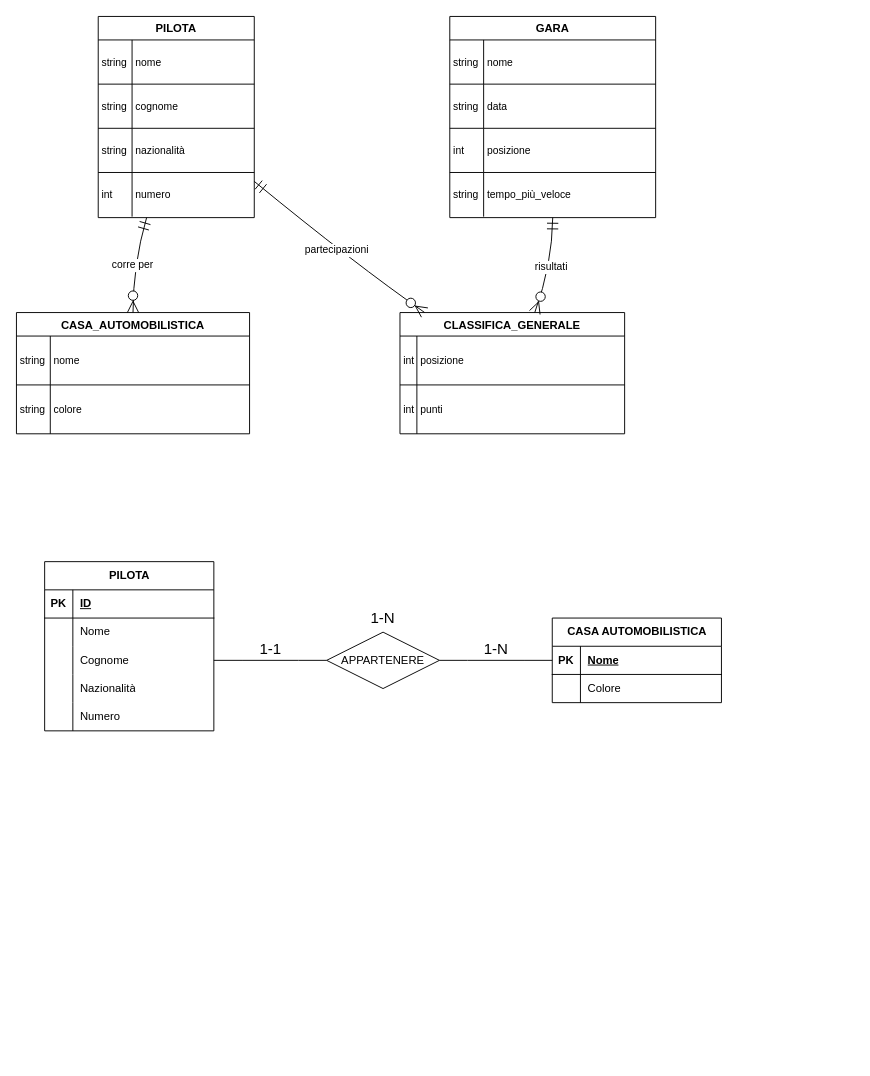
JurijGagarinFB/ESERCIZI_PHP keeps this draw.io diagram as ProgettoCampionatoAutomobilitstico/campionato.drawio. Above is the earlier version. Source tidied: cells renumbered, new cells numbered last; positions are measured from the earlier drawing's top-left corner, leaving out a move shared by most shapes. Both pictures are drawn from the tidied source at 94%, with x=0, y=0 at pixel (16, 16).
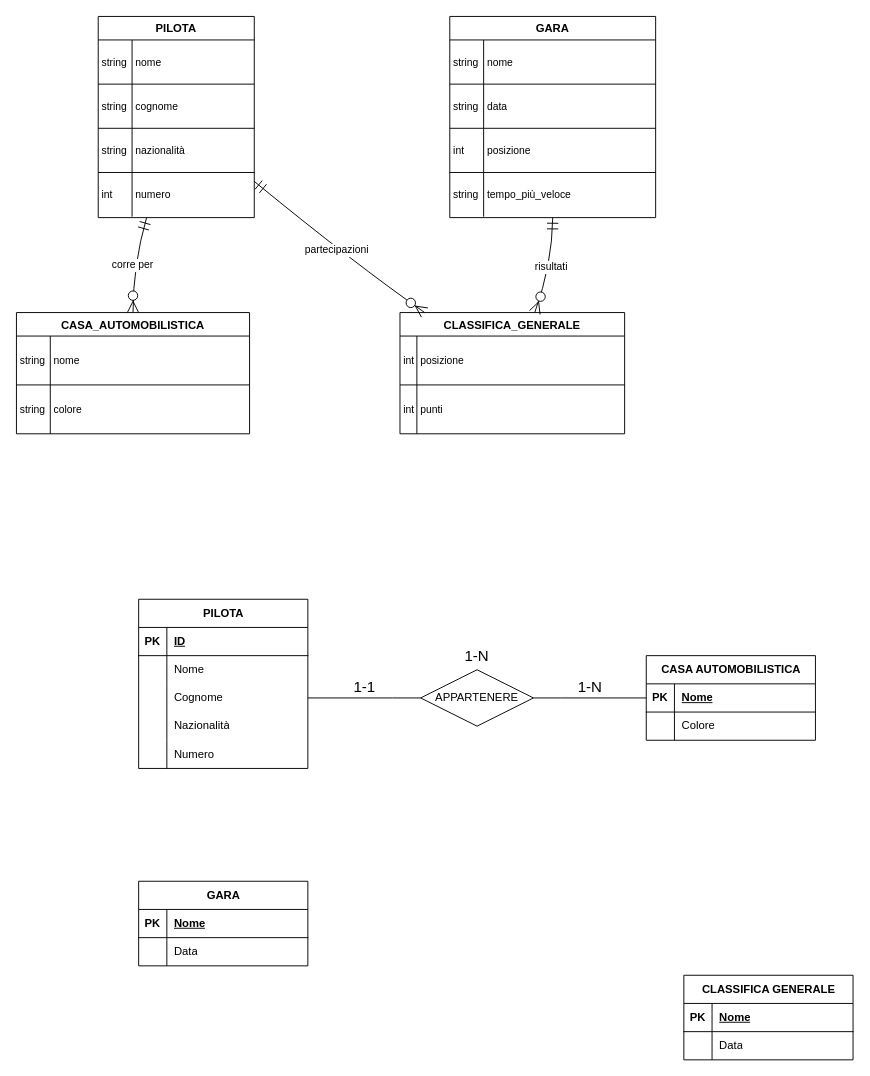
After the change.

The edit, as a diff of the source:
```diff
@@
     <mxCell id="45" value="PILOTA" style="shape=table;startSize=30;childLayout=tableLayout;rowLines=0;fontStyle=1;align=center;html=1;" parent="1" vertex="1">
-      <mxGeometry x="30" y="580" width="180" height="180" as="geometry" />
+      <mxGeometry x="130" y="620" width="180" height="180" as="geometry" />
     </mxCell>
@@
     <mxCell id="61" value="CASA AUTOMOBILISTICA" style="shape=table;startSize=30;childLayout=tableLayout;rowLines=0;fontStyle=1;align=center;html=1;" parent="1" vertex="1">
-      <mxGeometry x="570" y="640" width="180" height="90" as="geometry" />
+      <mxGeometry x="670" y="680" width="180" height="90" as="geometry" />
     </mxCell>
@@
     <mxCell id="68" value="APPARTENERE" style="shape=rhombus;perimeter=rhombusPerimeter;whiteSpace=wrap;html=1;align=center;spacingTop=0;" parent="1" vertex="1">
-      <mxGeometry x="330" y="655" width="120" height="60" as="geometry" />
+      <mxGeometry x="430" y="695" width="120" height="60" as="geometry" />
     </mxCell>
@@
     <mxCell id="71" value="&lt;font style=&quot;font-size: 16px;&quot;&gt;1-N&lt;/font&gt;" style="text;html=1;whiteSpace=wrap;strokeColor=none;fillColor=none;align=center;verticalAlign=middle;rounded=0;" parent="1" vertex="1">
-      <mxGeometry x="360" y="625" width="60" height="30" as="geometry" />
+      <mxGeometry x="460" y="665" width="60" height="30" as="geometry" />
     </mxCell>
+    <mxCell id="72" value="GARA" style="shape=table;startSize=30;childLayout=tableLayout;rowLines=0;fontStyle=1;align=center;html=1;" parent="1" vertex="1">
+      <mxGeometry x="130" y="920" width="180" height="90" as="geometry" />
+    </mxCell>
+    <mxCell id="73" style="shape=tableRow;horizontal=0;startSize=0;swimlaneHead=0;swimlaneBody=0;fillColor=none;top=0;left=0;right=0;bottom=1;" parent="72" vertex="1">
+      <mxGeometry y="30" width="180" height="30" as="geometry" />
+    </mxCell>
+    <mxCell id="74" value="PK" style="shape=partialRectangle;fillColor=none;top=0;left=0;bottom=0;right=0;fontStyle=1;overflow=hidden;whiteSpace=wrap;html=1;" parent="73" vertex="1">
+      <mxGeometry width="30" height="30" as="geometry" />
+    </mxCell>
+    <mxCell id="75" value="Nome" style="shape=partialRectangle;fillColor=none;top=0;left=0;bottom=0;right=0;align=left;spacingLeft=6;fontStyle=5;overflow=hidden;whiteSpace=wrap;html=1;" parent="73" vertex="1">
+      <mxGeometry x="30" width="150" height="30" as="geometry" />
+    </mxCell>
+    <mxCell id="76" style="shape=tableRow;horizontal=0;startSize=0;swimlaneHead=0;swimlaneBody=0;fillColor=none;top=0;left=0;right=0;bottom=0;" parent="72" vertex="1">
+      <mxGeometry y="60" width="180" height="30" as="geometry" />
+    </mxCell>
+    <mxCell id="77" style="shape=partialRectangle;fillColor=none;top=0;left=0;bottom=0;right=0;overflow=hidden;whiteSpace=wrap;html=1;" parent="76" vertex="1">
+      <mxGeometry width="30" height="30" as="geometry" />
+    </mxCell>
+    <mxCell id="78" value="Data" style="shape=partialRectangle;fillColor=none;top=0;left=0;bottom=0;right=0;align=left;spacingLeft=6;overflow=hidden;whiteSpace=wrap;html=1;" parent="76" vertex="1">
+      <mxGeometry x="30" width="150" height="30" as="geometry" />
+    </mxCell>
+    <mxCell id="79" value="CLASSIFICA GENERALE" style="shape=table;startSize=30;childLayout=tableLayout;rowLines=0;fontStyle=1;align=center;html=1;" parent="1" vertex="1">
+      <mxGeometry x="710" y="1020" width="180" height="90" as="geometry" />
+    </mxCell>
+    <mxCell id="80" style="shape=tableRow;horizontal=0;startSize=0;swimlaneHead=0;swimlaneBody=0;fillColor=none;top=0;left=0;right=0;bottom=1;" parent="79" vertex="1">
+      <mxGeometry y="30" width="180" height="30" as="geometry" />
+    </mxCell>
+    <mxCell id="81" value="PK" style="shape=partialRectangle;fillColor=none;top=0;left=0;bottom=0;right=0;fontStyle=1;overflow=hidden;whiteSpace=wrap;html=1;" parent="80" vertex="1">
+      <mxGeometry width="30" height="30" as="geometry" />
+    </mxCell>
+    <mxCell id="82" value="Nome" style="shape=partialRectangle;fillColor=none;top=0;left=0;bottom=0;right=0;align=left;spacingLeft=6;fontStyle=5;overflow=hidden;whiteSpace=wrap;html=1;" parent="80" vertex="1">
+      <mxGeometry x="30" width="150" height="30" as="geometry" />
+    </mxCell>
+    <mxCell id="83" style="shape=tableRow;horizontal=0;startSize=0;swimlaneHead=0;swimlaneBody=0;fillColor=none;top=0;left=0;right=0;bottom=0;" parent="79" vertex="1">
+      <mxGeometry y="60" width="180" height="30" as="geometry" />
+    </mxCell>
+    <mxCell id="84" style="shape=partialRectangle;fillColor=none;top=0;left=0;bottom=0;right=0;overflow=hidden;whiteSpace=wrap;html=1;" parent="83" vertex="1">
+      <mxGeometry width="30" height="30" as="geometry" />
+    </mxCell>
+    <mxCell id="85" value="Data" style="shape=partialRectangle;fillColor=none;top=0;left=0;bottom=0;right=0;align=left;spacingLeft=6;overflow=hidden;whiteSpace=wrap;html=1;" parent="83" vertex="1">
+      <mxGeometry x="30" width="150" height="30" as="geometry" />
+    </mxCell>
```
